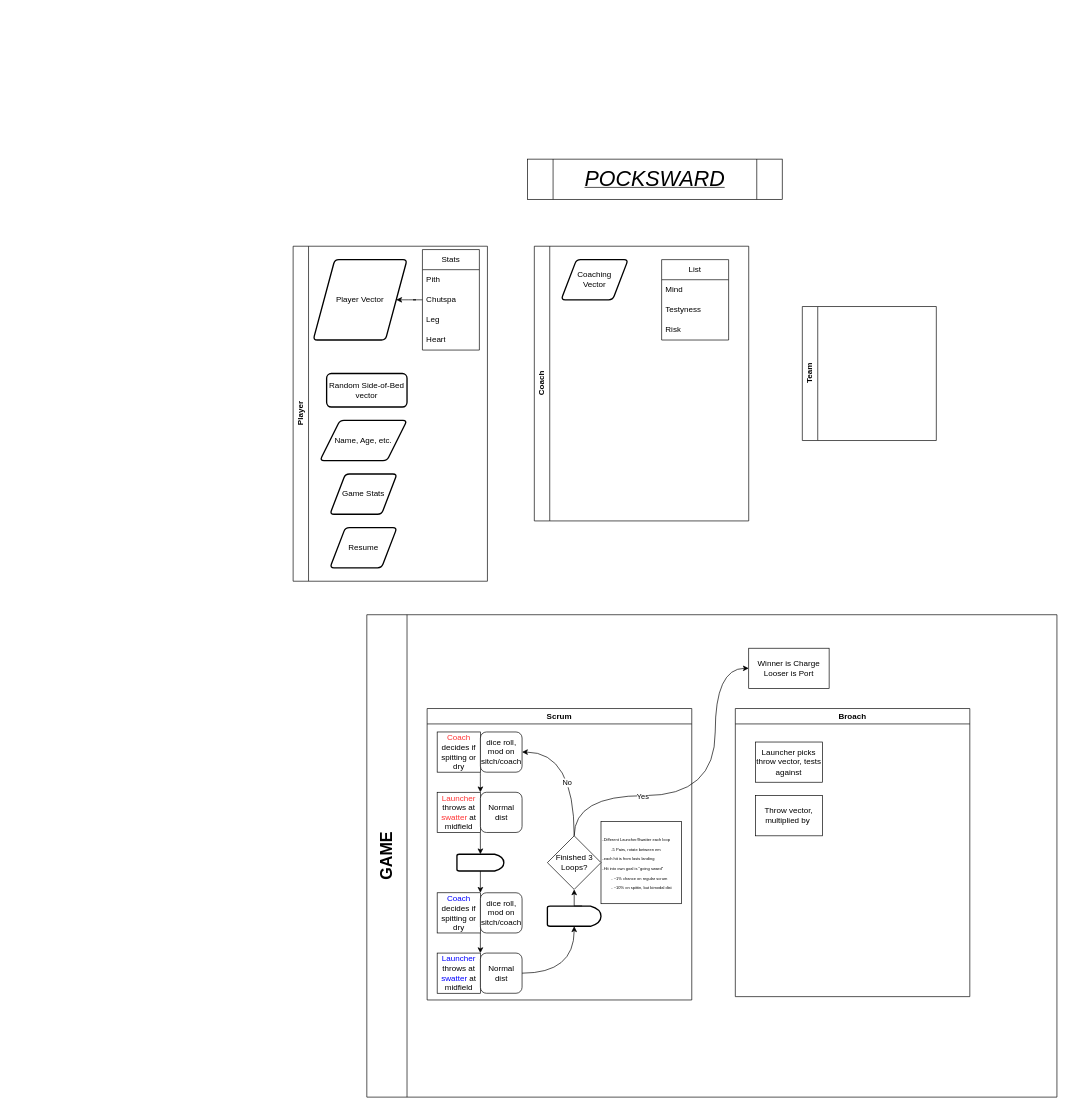
This is Pockslide.drawio from Leviticoos/pockslide, a draw.io file, before an edit. Source tidied: cells renumbered, new cells numbered last; positions are measured from the earlier drawing's top-left corner, leaving out a move shared by most shapes. Both pictures are drawn from the tidied source at 67%, with x=0, y=0 at pixel (293, 159).
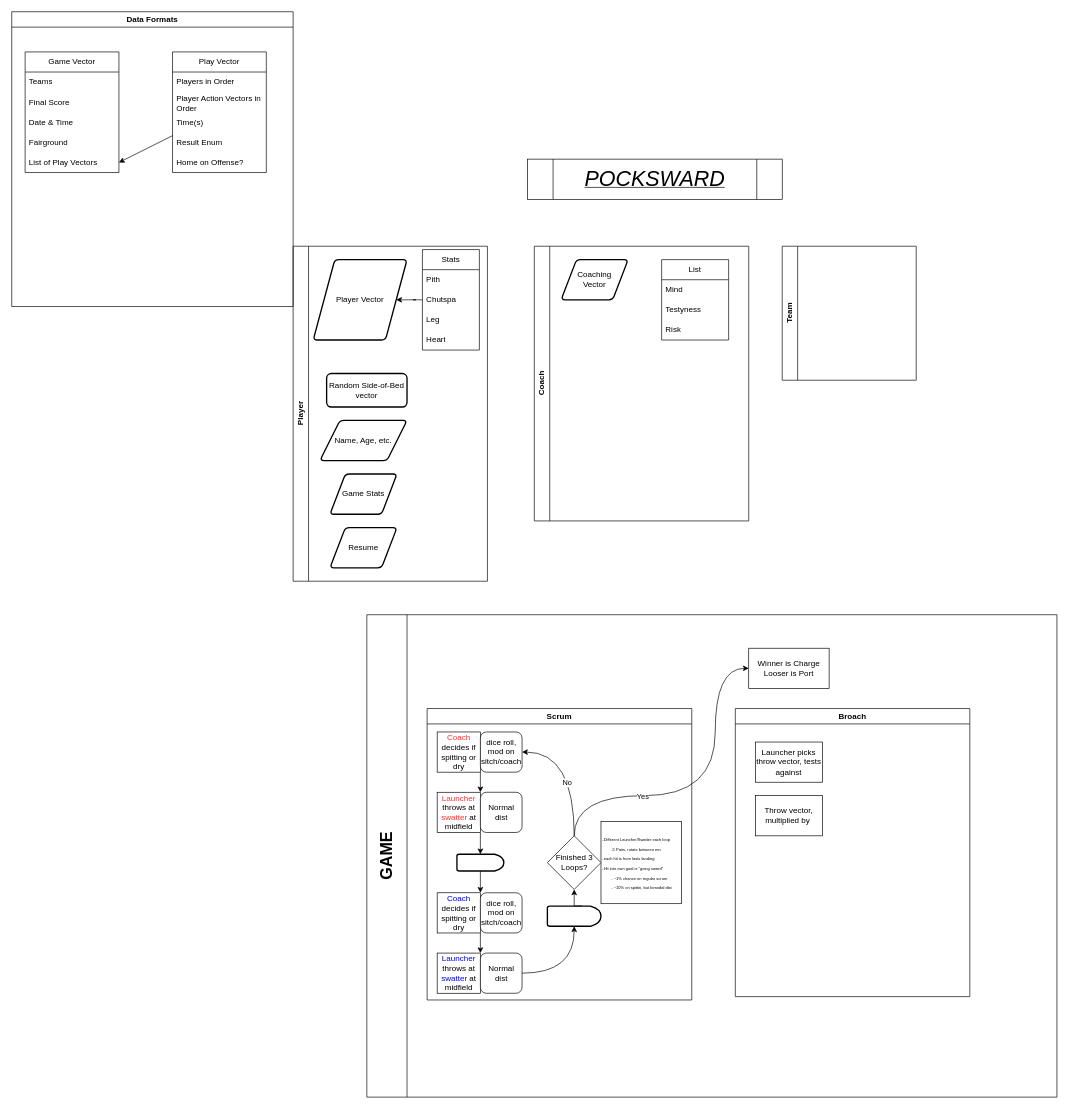
The same page after the edit.

Commit message (it also covers changes not shown here):
FLOW CHART IN THE SKY

Change to the diagram source:
```diff
@@
     <mxCell id="49" value="Team" style="swimlane;horizontal=0;whiteSpace=wrap;html=1;" parent="1" vertex="1">
-      <mxGeometry x="760" y="220" width="200" height="200" as="geometry" />
+      <mxGeometry x="730" y="130" width="200" height="200" as="geometry" />
     </mxCell>
+    <mxCell id="50" value="Data Formats" style="swimlane;whiteSpace=wrap;html=1;" parent="1" vertex="1">
+      <mxGeometry x="-420" y="-220" width="420" height="440" as="geometry" />
+    </mxCell>
+    <mxCell id="51" style="edgeStyle=none;html=1;entryX=1;entryY=0.5;entryDx=0;entryDy=0;" parent="50" edge="1" source="52" target="63">
+      <mxGeometry relative="1" as="geometry" />
+    </mxCell>
+    <mxCell id="52" value="Play Vector" style="swimlane;fontStyle=0;horizontal=1;startSize=30;whiteSpace=wrap;html=1;" parent="50" vertex="1">
+      <mxGeometry x="240" y="60" width="140" height="180" as="geometry" />
+    </mxCell>
+    <mxCell id="53" value="Players in Order" style="text;strokeColor=none;fillColor=none;align=left;verticalAlign=middle;spacingLeft=4;spacingRight=4;overflow=hidden;whiteSpace=wrap;html=1;" parent="52" vertex="1">
+      <mxGeometry y="30" width="140" height="30" as="geometry" />
+    </mxCell>
+    <mxCell id="54" value="Player Action Vectors in Order" style="text;strokeColor=none;fillColor=none;align=left;verticalAlign=middle;spacingLeft=4;spacingRight=4;overflow=hidden;whiteSpace=wrap;html=1;" parent="52" vertex="1">
+      <mxGeometry y="60" width="140" height="30" as="geometry" />
+    </mxCell>
+    <mxCell id="55" value="Time(s)" style="text;strokeColor=none;fillColor=none;align=left;verticalAlign=middle;spacingLeft=4;spacingRight=4;overflow=hidden;whiteSpace=wrap;html=1;" parent="52" vertex="1">
+      <mxGeometry y="90" width="140" height="30" as="geometry" />
+    </mxCell>
+    <mxCell id="56" value="Result Enum" style="text;strokeColor=none;fillColor=none;align=left;verticalAlign=middle;spacingLeft=4;spacingRight=4;overflow=hidden;whiteSpace=wrap;html=1;" parent="52" vertex="1">
+      <mxGeometry y="120" width="140" height="30" as="geometry" />
+    </mxCell>
+    <mxCell id="57" value="Home on Offense?" style="text;strokeColor=none;fillColor=none;align=left;verticalAlign=middle;spacingLeft=4;spacingRight=4;overflow=hidden;whiteSpace=wrap;html=1;" parent="52" vertex="1">
+      <mxGeometry y="150" width="140" height="30" as="geometry" />
+    </mxCell>
+    <mxCell id="58" value="Game Vector" style="swimlane;fontStyle=0;horizontal=1;startSize=30;whiteSpace=wrap;html=1;" parent="50" vertex="1">
+      <mxGeometry x="20" y="60" width="140" height="180" as="geometry" />
+    </mxCell>
+    <mxCell id="59" value="Teams" style="text;strokeColor=none;fillColor=none;align=left;verticalAlign=middle;spacingLeft=4;spacingRight=4;overflow=hidden;whiteSpace=wrap;html=1;" parent="58" vertex="1">
+      <mxGeometry y="30" width="140" height="30" as="geometry" />
+    </mxCell>
+    <mxCell id="60" value="Final Score" style="text;strokeColor=none;fillColor=none;align=left;verticalAlign=middle;spacingLeft=4;spacingRight=4;overflow=hidden;whiteSpace=wrap;html=1;" parent="58" vertex="1">
+      <mxGeometry y="60" width="140" height="30" as="geometry" />
+    </mxCell>
+    <mxCell id="61" value="Date &amp;amp; Time" style="text;strokeColor=none;fillColor=none;align=left;verticalAlign=middle;spacingLeft=4;spacingRight=4;overflow=hidden;whiteSpace=wrap;html=1;" parent="58" vertex="1">
+      <mxGeometry y="90" width="140" height="30" as="geometry" />
+    </mxCell>
+    <mxCell id="62" value="Fairground" style="text;strokeColor=none;fillColor=none;align=left;verticalAlign=middle;spacingLeft=4;spacingRight=4;overflow=hidden;whiteSpace=wrap;html=1;" parent="58" vertex="1">
+      <mxGeometry y="120" width="140" height="30" as="geometry" />
+    </mxCell>
+    <mxCell id="63" value="List of Play Vectors" style="text;strokeColor=none;fillColor=none;align=left;verticalAlign=middle;spacingLeft=4;spacingRight=4;overflow=hidden;points=[[0,0.5],[1,0.5]];portConstraint=eastwest;whiteSpace=wrap;html=1;" parent="58" vertex="1">
+      <mxGeometry y="150" width="140" height="30" as="geometry" />
+    </mxCell>
```
